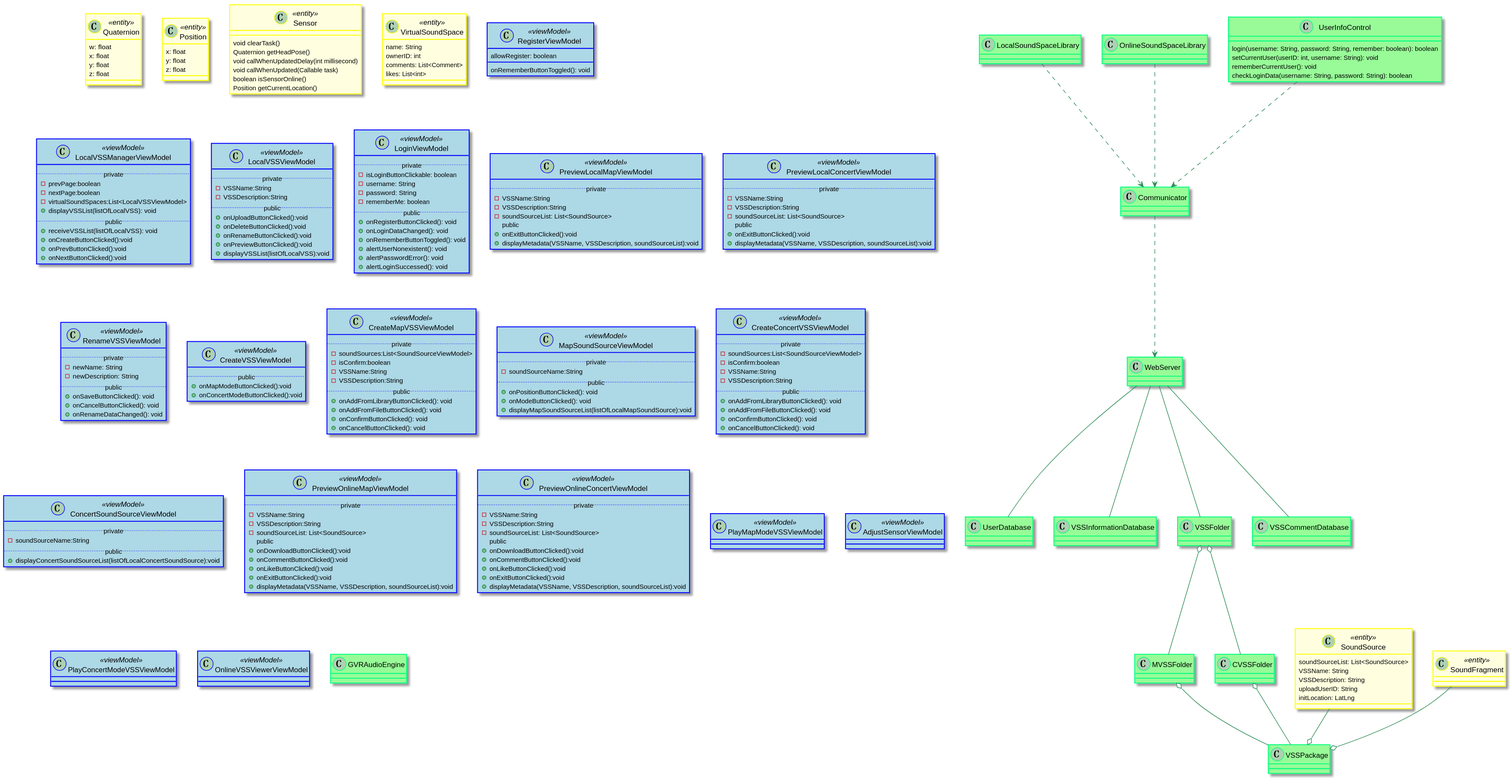
Before: 设计/Diagrams/ClassDiagram.svg, a diagram exported from PlantUML (kpp19920121/doc).
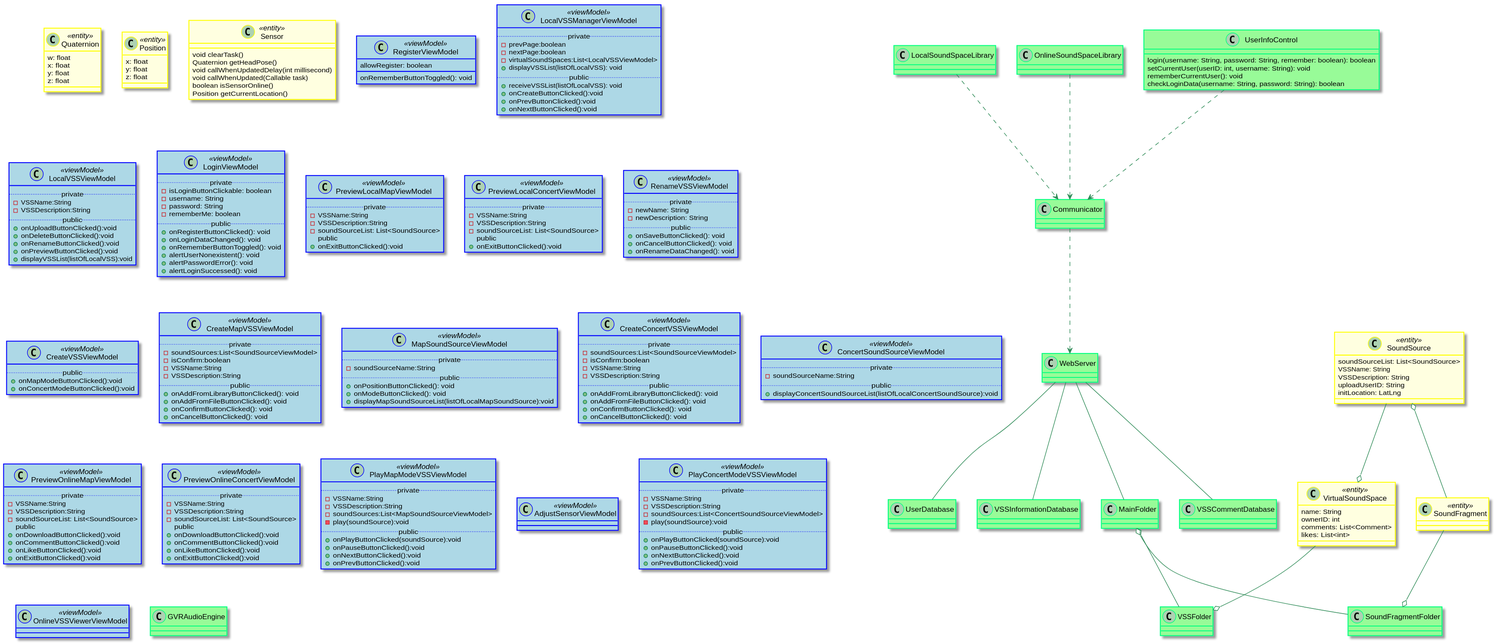
After the commit.

Diff of the diagram source:
```diff
@@ -106,7 +106,6 @@
 	- soundSourceList: List<SoundSource>
   ..public..
   +onExitButtonClicked():void
-	+displayMetadata(VSSName, VSSDescription, soundSourceList):void
 }
 class PreviewLocalConcertViewModel <<viewModel>> {
 	..private..
@@ -115,7 +114,6 @@
 	- soundSourceList: List<SoundSource>
   ..public..
   +onExitButtonClicked():void
-	+displayMetadata(VSSName, VSSDescription, soundSourceList):void
 }
 
 class RenameVSSViewModel <<viewModel>> {
@@ -181,7 +179,6 @@
   +onCommentButtonClicked():void
   +onLikeButtonClicked():void
   +onExitButtonClicked():void
-	+displayMetadata(VSSName, VSSDescription, soundSourceList):void
 }
 class PreviewOnlineConcertViewModel <<viewModel>> {
 	..private..
@@ -193,17 +190,34 @@
   +onCommentButtonClicked():void
   +onLikeButtonClicked():void
   +onExitButtonClicked():void
-	+displayMetadata(VSSName, VSSDescription, soundSourceList):void
 }
 class PlayMapModeVSSViewModel <<viewModel>> {
-
+  ..private..
+  -VSSName:String
+  -VSSDescription:String
+  -soundSources:List<MapSoundSourceViewModel>
+  -play(soundSource):void
+  ..public..
+  +onPlayButtonClicked(soundSource):void
+  +onPauseButtonClicked():void
+  +onNextButtonClicked():void
+  +onPrevButtonClicked():void
 }
 
 class AdjustSensorViewModel <<viewModel>> {
 
 }
 class PlayConcertModeVSSViewModel <<viewModel>> {
-
+  ..private..
+  -VSSName:String
+  -VSSDescription:String
+  -soundSources:List<ConcertSoundSourceViewModel>
+  -play(soundSource):void
+  ..public..
+  +onPlayButtonClicked(soundSource):void
+  +onPauseButtonClicked():void
+  +onNextButtonClicked():void
+  +onPrevButtonClicked():void
 }
 
 class OnlineVSSViewerViewModel <<viewModel>> {
@@ -229,33 +243,32 @@
 }
 class VSSInformationDatabase{
 }
-class VSSFolder{
+class MainFolder{
 }
 class VSSCommentDatabase{
 }
-class VSSPackage{
+
+class VSSFolder{
 
 }
-class MVSSFolder{
+class SoundFragmentFolder{
 
 }
-class CVSSFolder{
 
-}
 
 UserInfoControl ..> Communicator
 LocalSoundSpaceLibrary ..> Communicator
 OnlineSoundSpaceLibrary ..> Communicator
-
 Communicator ..> WebServer
 WebServer -- VSSInformationDatabase
-WebServer --VSSFolder
+WebServer -- MainFolder
 WebServer -- UserDatabase
 WebServer -- VSSCommentDatabase
-MVSSFolder o-- VSSPackage
-CVSSFolder o-- VSSPackage
-VSSFolder o-- MVSSFolder
-VSSFolder o-- CVSSFolder
-SoundSource --o VSSPackage
-SoundFragment --o VSSPackage
+MainFolder o-- VSSFolder
+MainFolder o-- SoundFragmentFolder
+VirtualSoundSpace --o VSSFolder
+SoundFragment --o SoundFragmentFolder
+SoundSource o-- SoundFragment
+SoundSource --o VirtualSoundSpace
+
 @enduml
```
